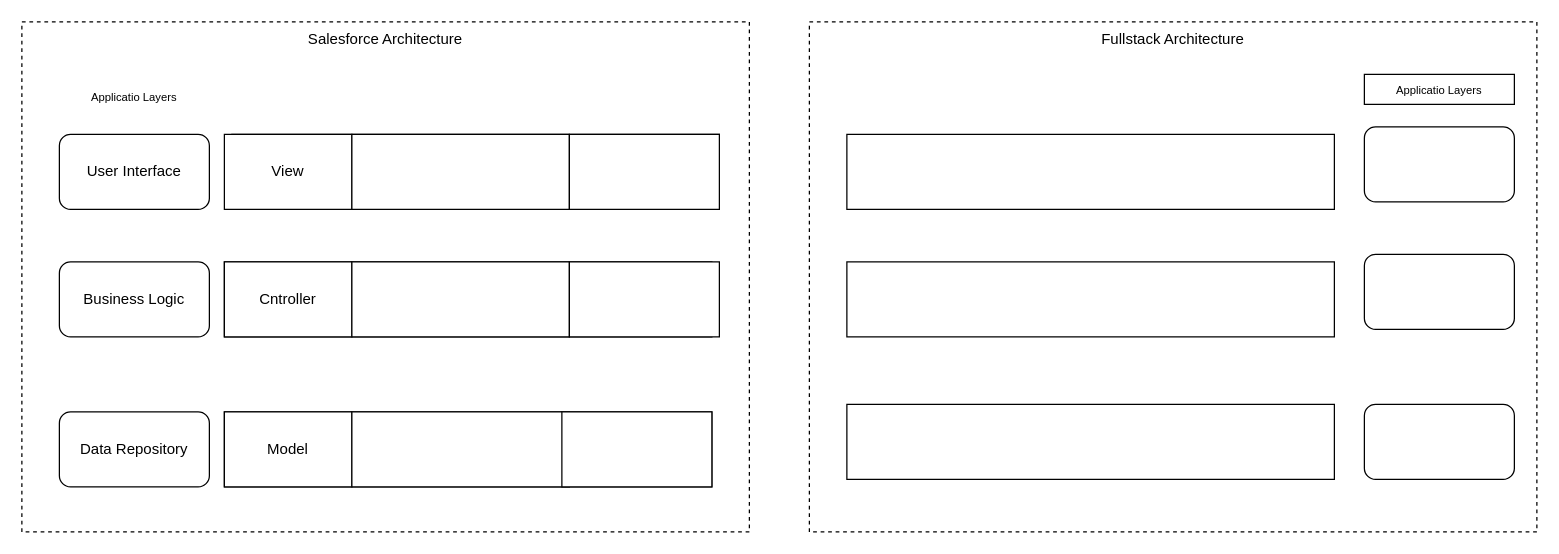
Above: SalesFroceMigration.drawio in sreenubk/user-tracker (draw.io), before the change. Source tidied: cells renumbered, new cells numbered last; positions are measured from the earlier drawing's top-left corner, leaving out a move shared by most shapes. Both pictures are drawn from the tidied source at 125%, with x=0, y=0 at pixel (21, 21). Pictures stored in the file or linked from it are replaced by grey dashed boxes.
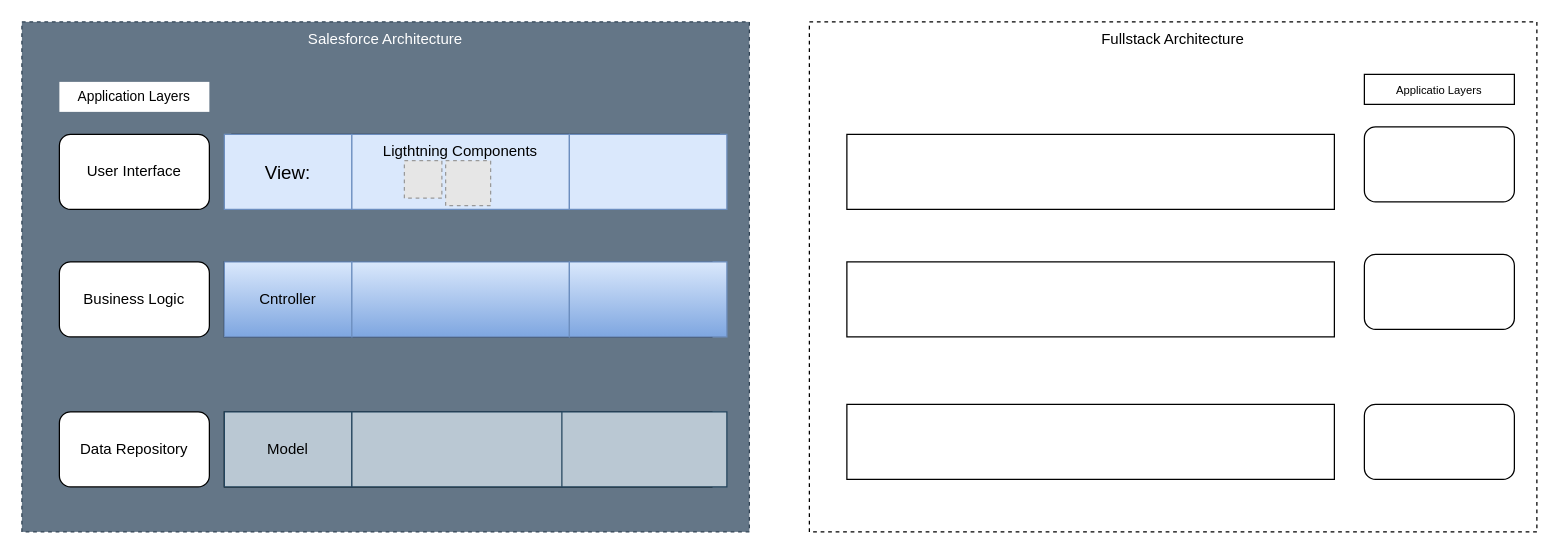
The same page after the edit.

Change to the diagram source:
```diff
@@
-    <mxCell id="2" value="Salesforce Architecture" style="rounded=0;whiteSpace=wrap;html=1;dashed=1;verticalAlign=top;" parent="1" vertex="1">
+    <mxCell id="2" value="Salesforce Architecture" style="rounded=0;whiteSpace=wrap;html=1;dashed=1;verticalAlign=top;fillColor=#647687;strokeColor=#314354;fontColor=#ffffff;" parent="1" vertex="1">
       <mxGeometry width="582" height="408" as="geometry" />
     </mxCell>
@@
-    <mxCell id="6" value="&lt;font style=&quot;font-size: 9px;&quot;&gt;Applicatio Layers&lt;/font&gt;" style="rounded=0;whiteSpace=wrap;html=1;strokeColor=none;" parent="1" vertex="1">
+    <mxCell id="6" value="&lt;font style=&quot;font-size: 11px;&quot;&gt;Application Layers&lt;/font&gt;" style="rounded=0;whiteSpace=wrap;html=1;strokeColor=none;" parent="1" vertex="1">
       <mxGeometry x="30" y="48" width="120" height="24" as="geometry" />
     </mxCell>
@@
-    <mxCell id="16" value="View" style="rounded=0;whiteSpace=wrap;html=1;shadow=0;strokeColor=default;" parent="1" vertex="1">
+    <mxCell id="16" value="&lt;font style=&quot;font-size: 15px;&quot;&gt;View:&lt;/font&gt;" style="rounded=0;whiteSpace=wrap;html=1;shadow=0;strokeColor=#6c8ebf;fillColor=#dae8fc;" parent="1" vertex="1">
       <mxGeometry x="162" y="90" width="102" height="60" as="geometry" />
     </mxCell>
-    <mxCell id="17" style="rounded=0;whiteSpace=wrap;html=1;shadow=0;strokeColor=default;" parent="1" vertex="1">
+    <mxCell id="17" value="Ligthtning Components" style="rounded=0;whiteSpace=wrap;html=1;shadow=0;strokeColor=#6c8ebf;verticalAlign=top;fillColor=#dae8fc;" parent="1" vertex="1">
       <mxGeometry x="264" y="90" width="174" height="60" as="geometry" />
     </mxCell>
-    <mxCell id="18" style="rounded=0;whiteSpace=wrap;html=1;shadow=0;strokeColor=default;" parent="1" vertex="1">
-      <mxGeometry x="438" y="90" width="120" height="60" as="geometry" />
+    <mxCell id="18" style="rounded=0;whiteSpace=wrap;html=1;shadow=0;strokeColor=#6c8ebf;fillColor=#dae8fc;" parent="1" vertex="1">
+      <mxGeometry x="438" y="90" width="126" height="60" as="geometry" />
     </mxCell>
@@
-    <mxCell id="20" value="Cntroller" style="rounded=0;whiteSpace=wrap;html=1;shadow=0;strokeColor=default;" parent="1" vertex="1">
+    <mxCell id="20" value="Cntroller" style="rounded=0;whiteSpace=wrap;html=1;shadow=0;strokeColor=#6c8ebf;fillColor=#dae8fc;gradientColor=#7ea6e0;" parent="1" vertex="1">
       <mxGeometry x="162" y="192" width="102" height="60" as="geometry" />
     </mxCell>
-    <mxCell id="21" style="rounded=0;whiteSpace=wrap;html=1;shadow=0;strokeColor=default;" parent="1" vertex="1">
+    <mxCell id="21" style="rounded=0;whiteSpace=wrap;html=1;shadow=0;strokeColor=#6c8ebf;fillColor=#dae8fc;gradientColor=#7ea6e0;" parent="1" vertex="1">
       <mxGeometry x="264" y="192" width="174" height="60" as="geometry" />
     </mxCell>
-    <mxCell id="22" style="rounded=0;whiteSpace=wrap;html=1;shadow=0;strokeColor=default;" parent="1" vertex="1">
-      <mxGeometry x="438" y="192" width="120" height="60" as="geometry" />
+    <mxCell id="22" style="rounded=0;whiteSpace=wrap;html=1;shadow=0;strokeColor=#6c8ebf;fillColor=#dae8fc;gradientColor=#7ea6e0;" parent="1" vertex="1">
+      <mxGeometry x="438" y="192" width="126" height="60" as="geometry" />
     </mxCell>
@@
-    <mxCell id="24" value="Model" style="rounded=0;whiteSpace=wrap;html=1;shadow=0;strokeColor=default;" parent="1" vertex="1">
+    <mxCell id="24" value="Model" style="rounded=0;whiteSpace=wrap;html=1;shadow=0;strokeColor=#23445d;fillColor=#bac8d3;" parent="1" vertex="1">
       <mxGeometry x="162" y="312" width="102" height="60" as="geometry" />
     </mxCell>
-    <mxCell id="25" style="rounded=0;whiteSpace=wrap;html=1;shadow=0;strokeColor=default;" parent="1" vertex="1">
+    <mxCell id="25" style="rounded=0;whiteSpace=wrap;html=1;shadow=0;strokeColor=#23445d;fillColor=#bac8d3;" parent="1" vertex="1">
       <mxGeometry x="264" y="312" width="174" height="60" as="geometry" />
     </mxCell>
-    <mxCell id="26" style="rounded=0;whiteSpace=wrap;html=1;shadow=0;strokeColor=default;" parent="1" vertex="1">
-      <mxGeometry x="432" y="312" width="120" height="60" as="geometry" />
+    <mxCell id="26" style="rounded=0;whiteSpace=wrap;html=1;shadow=0;strokeColor=#23445d;fillColor=#bac8d3;" parent="1" vertex="1">
+      <mxGeometry x="432" y="312" width="132" height="60" as="geometry" />
     </mxCell>
+    <mxCell id="27" style="fillColor=#E6E6E6;strokeColor=#999999;dashed=1;html=1;verticalAlign=top;verticalLabelPosition=bottom;labelBackgroundColor=#ffffff;" parent="1" vertex="1">
+      <mxGeometry x="306" y="111" width="30" height="30" as="geometry" />
+    </mxCell>
+    <mxCell id="28" style="fillColor=#E6E6E6;strokeColor=#999999;dashed=1;html=1;verticalAlign=top;verticalLabelPosition=bottom;labelBackgroundColor=#ffffff;" parent="1" vertex="1">
+      <mxGeometry x="339" y="111" width="36" height="36" as="geometry" />
+    </mxCell>
```
